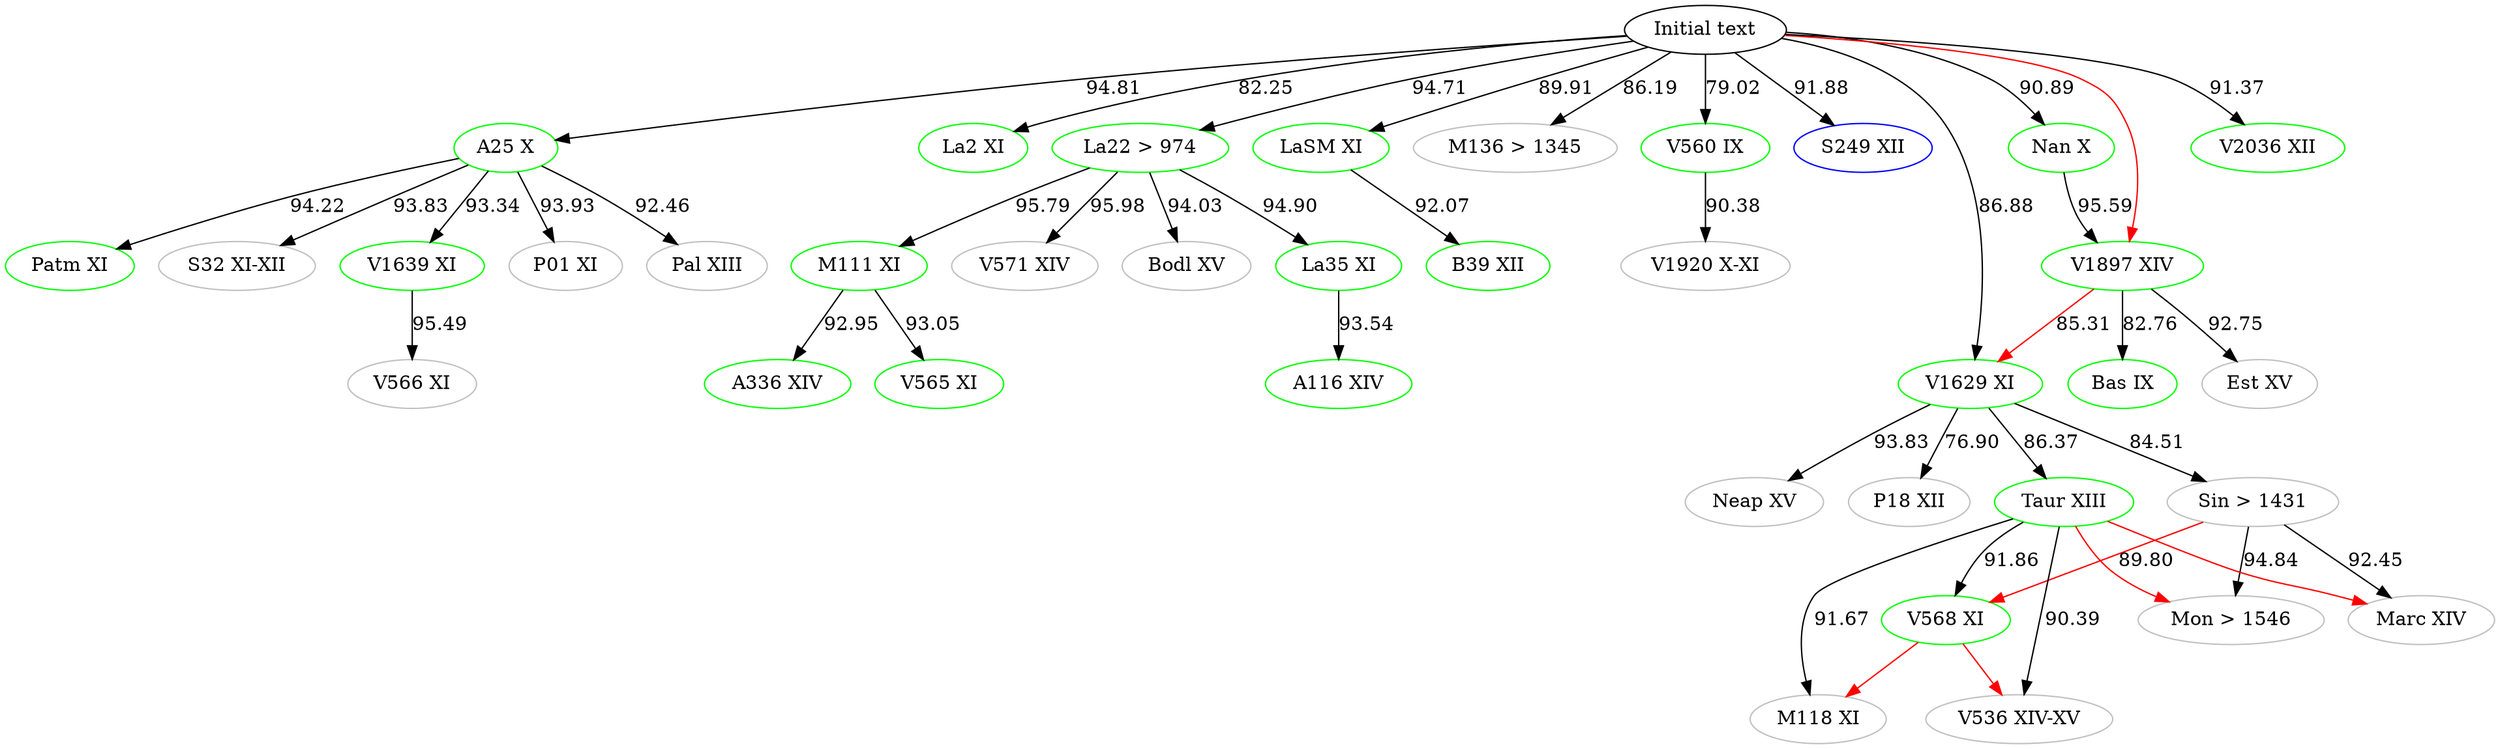
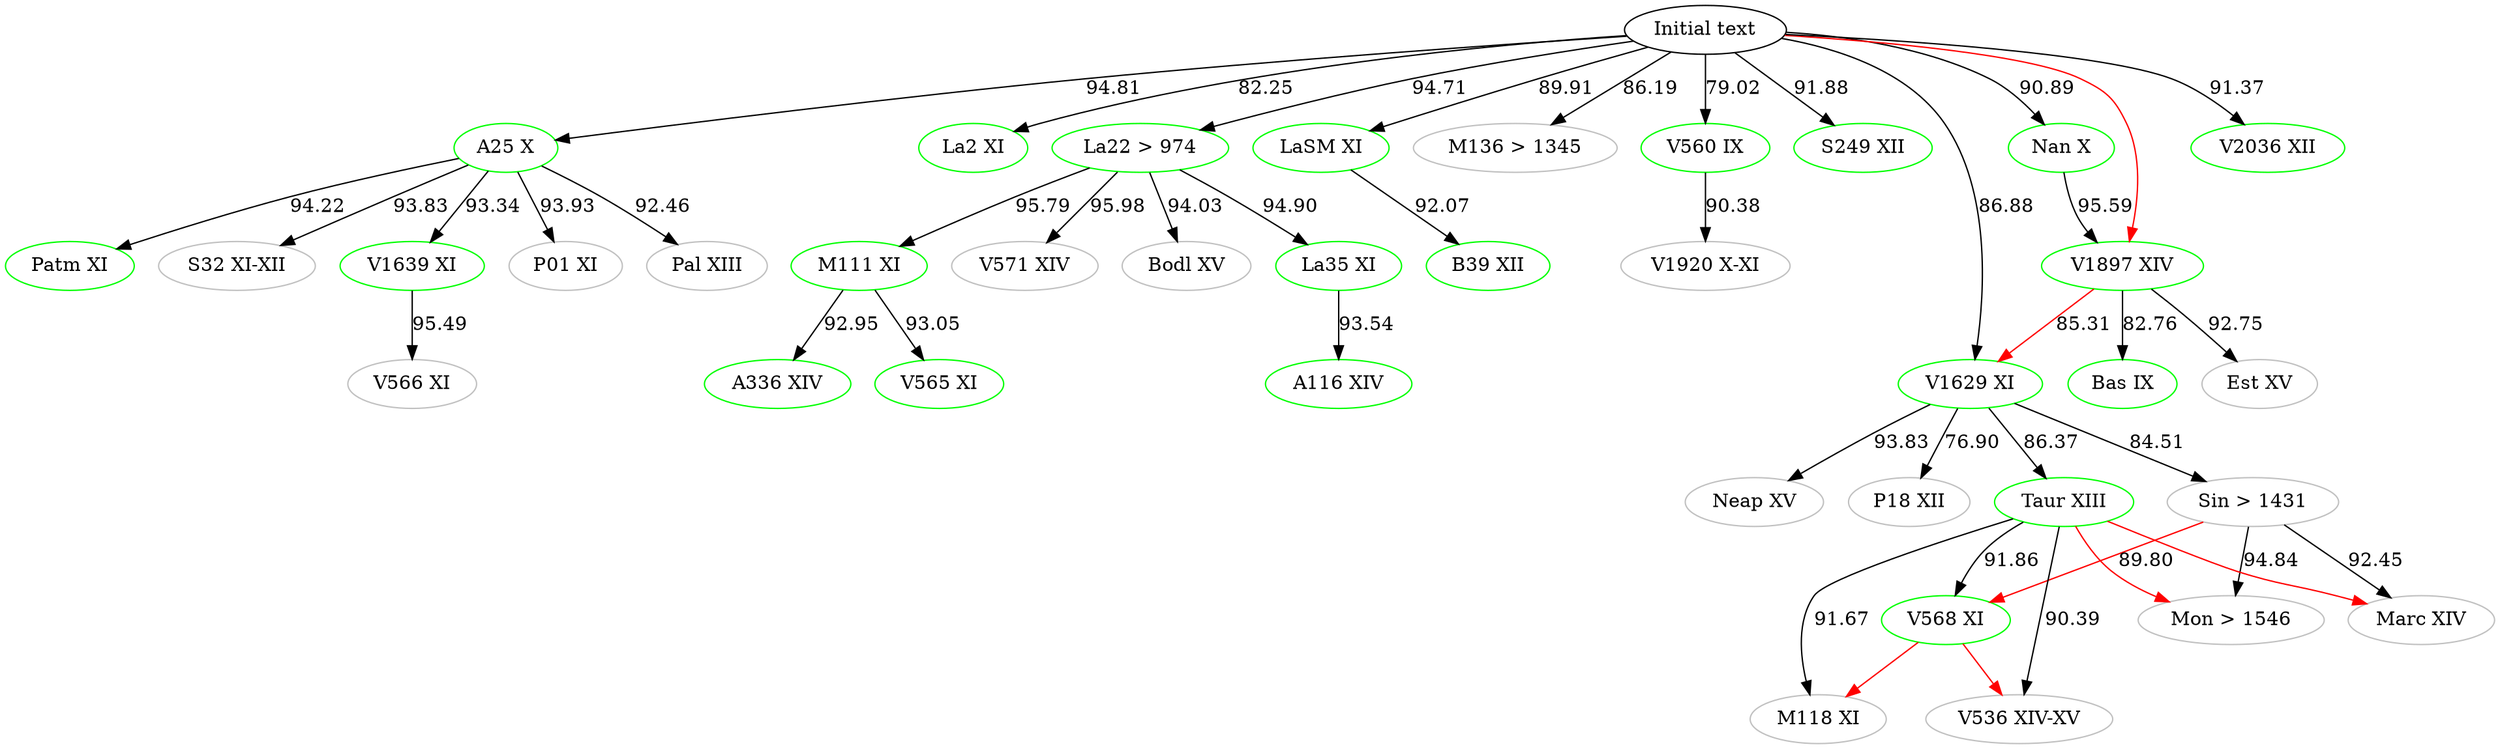
digraph {

    #Top [color="black", label="ω"]
    aBase [color="black", label="Initial text"]
    # Top [color="black", label="Initial text"]
	A116 [label="A116 XIV", color="green"]
	A25 [label="A25 X", color="green"]
	A336 [label="A336 XIV", color="green"]
	B39 [label="B39 XII", color="green"]
	Bas [label="Bas IX", color="green"]
	Bodl [label="Bodl XV", color="grey"]
	Est [label="Est XV", color="grey"]
	La2 [label="La2 XI", color="green"]
	La22 [label="La22 > 974", color="green"]
	La35 [label="La35 XI", color="green"]
	LaSM [label="LaSM XI", color="green"]
	M111 [label="M111 XI", color="green"]
    M118 [label="M118 XI", color="grey"]
    M136 [label="M136 > 1345", color="grey"]
    Marc [label="Marc XIV", color="grey"]
    Mon [label="Mon > 1546", color="grey"]
	Nan [label="Nan X", color="green"]
    Neap [label="Neap XV", color="grey"]
    P01 [label="P01 XI", color="grey"]
    P18 [label="P18 XII", color="grey"]
	Pal [label="Pal XIII", color="grey"]
	Patm [label="Patm XI", color="green"]
    Sin [label="Sin > 1431", color="grey"]
	S32 [label="S32 XI-XII", color="grey"]
-     S249 [label="S249 XII", color="blue"]
+     S249 [label="S249 XII", color="green"]
    Taur [label="Taur XIII", color="green"]
    V536 [label="V536 XIV-XV", color="grey"]
	V560 [label="V560 IX", color="green"]
	V565 [label="V565 XI", color="green"]
	V566 [label="V566 XI", color="grey"]
	V568 [label="V568 XI", color="green"]
	V571 [label="V571 XIV", color="grey"]
    V1629 [label="V1629 XI", color="green"]
	V1639 [label="V1639 XI", color="green"]
	V1897 [label="V1897 XIV", color="green"]
	V1920 [label="V1920 X-XI", color="grey"]
    V2036 [label="V2036 XII", color="green"]




    #Top -> aBase
    aBase -> A25 [label="94.81"]
    aBase -> M136 [label="86.19"]
    aBase -> V2036 [label="91.37"]
    # V2036 -> Patm [label="91.14", color="blue"]
    aBase -> V1629 [label="86.88"]
    aBase -> V560[label="79.02"]
    aBase -> La2 [label="82.25"]
    aBase -> S249 [label="91.88"]
    aBase -> LaSM [label="89.91"]
	aBase -> La22 [label="94.71"]
    aBase -> Nan [label="90.89"]

	# A25 -> M136 [label="85.50"]
    # M136 -> A25 [label="85.50" color="blue"]
	A25 -> Pal [label="92.46"]
	A25 -> P01 [label="93.93"]
    A25 -> V1639 [label="93.34"]
    A25 -> S32 [label="93.83"]
    A25 -> Patm [label="94.22"]

    #A25 -> La2 [color="red"]
    #A25 -> V566[color="red"]
    #A25 -> LaSM[color="red"]
    #A25 -> La22[color="red"]
    #A25 -> M136[color="red"]
    #A25 -> Nan[color="red"]
    #A25 -> S249[color="red"]
    #A25 -> V2036[color="red"]

    #aBase -> P01 [color="red"]
    #aBase -> Pal [color="red"]
    #aBase -> Patm [color="red"]
    #aBase -> La35[color="red"]
    #aBase -> B39[color="red"]
    #aBase -> V1920[color="red"]
    aBase -> V1897[color="red"]
    #aBase -> Neap[color="red"]

    #Bodl -> V1639[color="red"]
    #Patm -> S32[color="red"]
    #Patm -> V560[color="red"]

    #La22 -> A116[color="red"]
    #La22 -> V565[color="red"]
    #La22 -> A336[color="red"]

    Taur -> Mon[color="red"]
    Taur -> Marc[color="red"]

    Sin -> V568[label="89.80" color="red"]

    V568 -> V536[color="red"]
    V568 -> M118[color="red"]

    #V571 -> Bodl[color="red"]
    #M111 -> V571[color="red"]
    #La35 -> M111[color="red"]
    V1897 -> V1629[label="85.31" color="red"]
    #Nan -> Bas[color="red"]
    #Nan -> Est[color="red"]
    #Neap -> Taur[color="red"]
    #Neap -> Sin[color="red"]
   #Neap -> P18[color="red"]




	V1639 -> V566 [label="95.49"]

	La22 -> La35 [label= "94.90"]
	La22 -> M111 [label="95.79"]
	La22 -> Bodl [label="94.03"]
    La22 -> V571 [label="95.98"]

	La35 -> A116 [label="93.54"]

	M111 -> V565 [label="93.05"]
	M111 -> A336 [label="92.95"]



	Sin -> Marc [label="92.45"]

	V1629 -> Neap [label="93.83"]
	V1629 -> Sin [label="84.51"]
	V1629 -> Taur [label="86.37"]
    V1629 -> P18 [label="76.90"]

	Taur -> V568 [label="91.86"]
	Taur -> M118 [label="91.67"]
	Taur -> V536 [label="90.39"]
    # Taur -> Marc [color="blue" label="91.96"]
    # Marc -> Mon [color="blue" label="94.12"]
	Sin -> Mon [label="94.84"]

	V560 -> V1920 [label="90.38"]

	V1897 -> Est [label="92.75"]
    V1897 -> Bas [label="82.76"]

    Nan -> V1897 [label="95.59"]



    LaSM -> B39 [label="92.07"]



}

